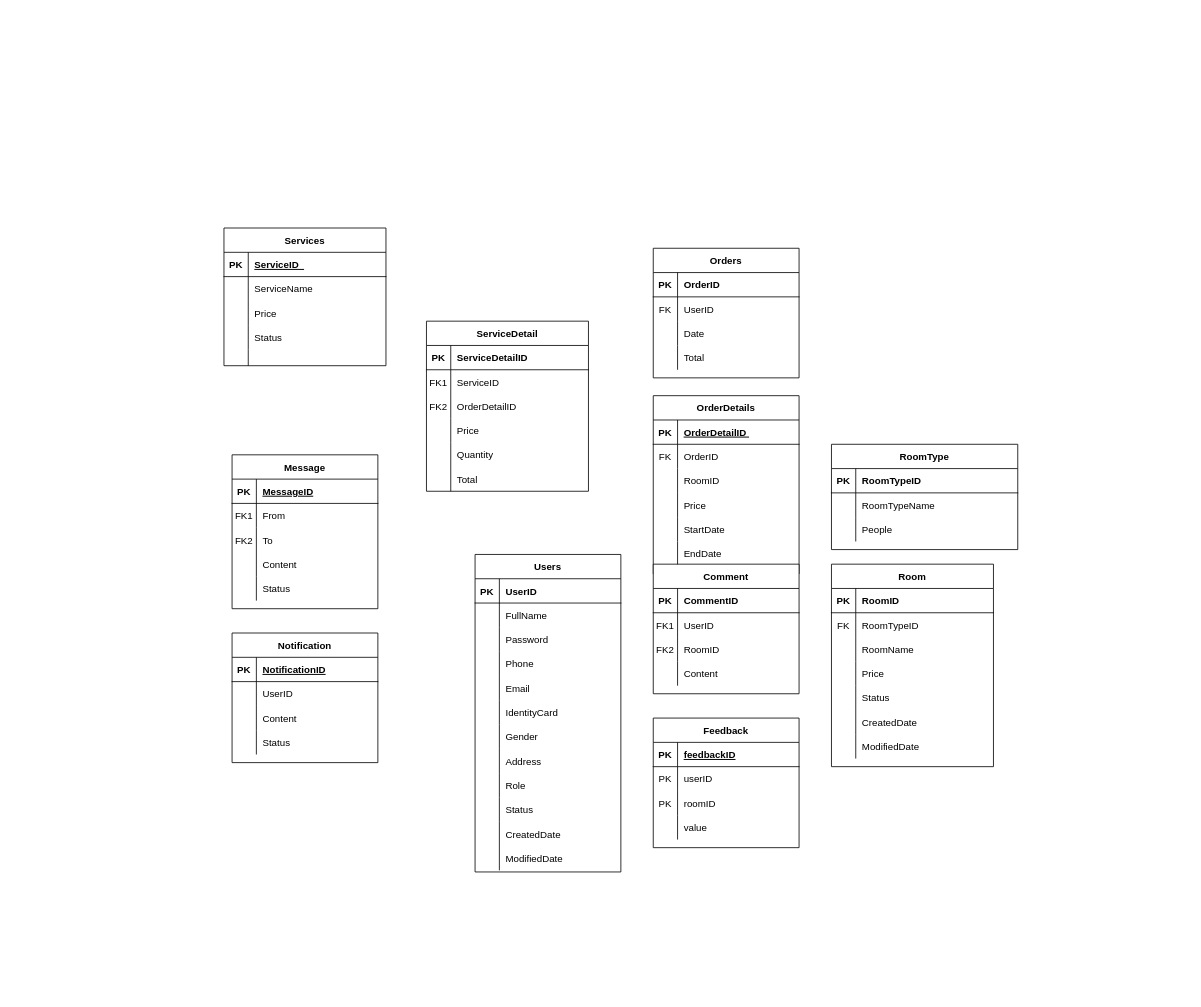
Above: Database/ERD.drawio in passion-Infinity/PRN292_Assignment (draw.io), before the change. Source tidied: cells renumbered, new cells numbered last; positions are measured from the earlier drawing's top-left corner, leaving out a move shared by most shapes. Both pictures are drawn from the tidied source at 81%, with x=0, y=0 at pixel (224, 228).
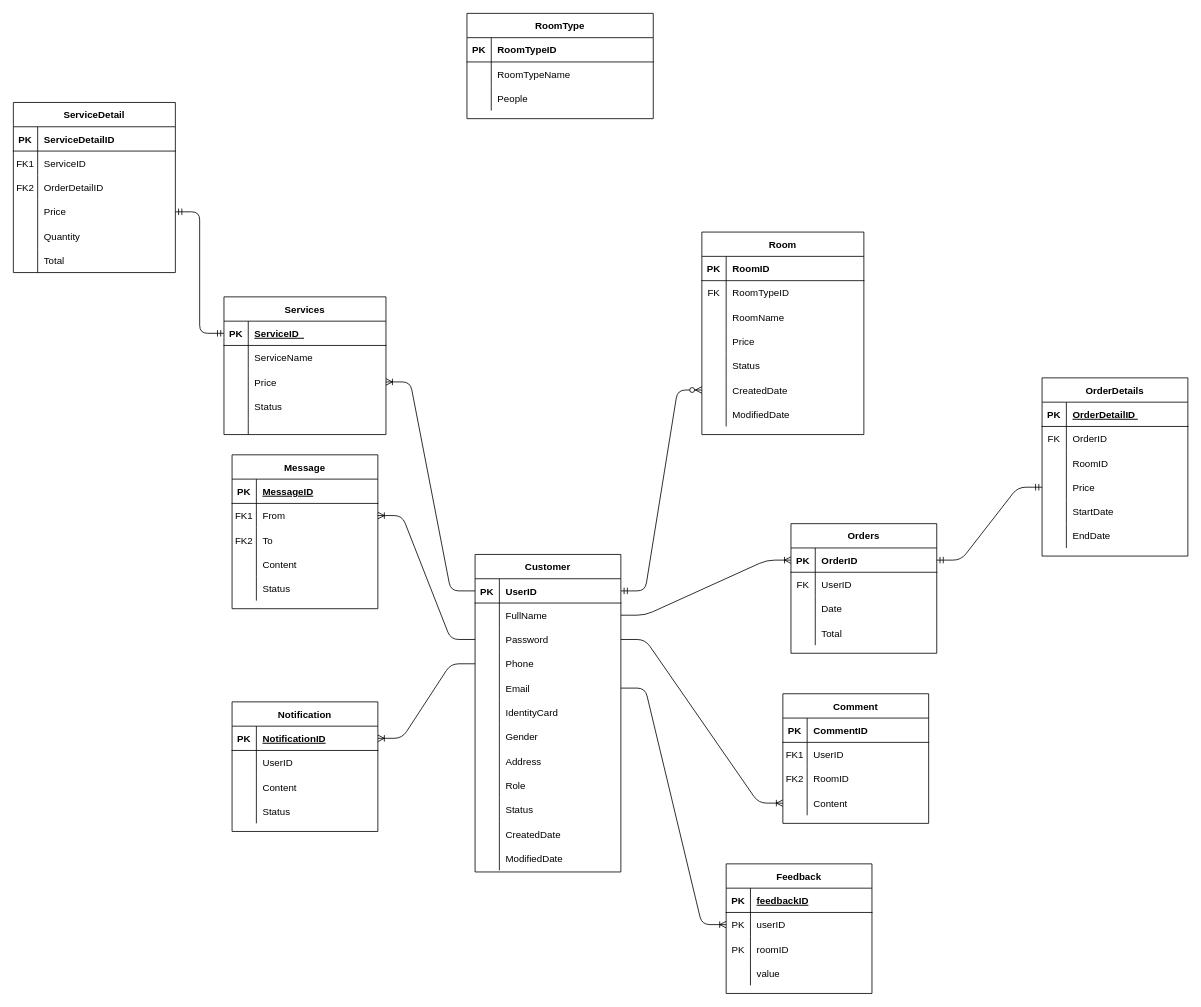
Above is the later version.

The change refers to these unchanged cells:
```xml
<mxCell id="18" style="shape=partialRectangle;fillColor=none;top=0;left=0;bottom=0;right=0;points=[[0,0.5],[1,0.5]];portConstraint=eastwest;" parent="2" vertex="1">
  <mxGeometry y="180" width="200" height="30" as="geometry" />
</mxCell>
<mxCell id="35" style="shape=partialRectangle;fillColor=none;top=0;left=0;bottom=1;right=0;points=[[0,0.5],[1,0.5]];portConstraint=eastwest;" parent="34" vertex="1">
  <mxGeometry y="30" width="180" height="30" as="geometry" />
</mxCell>
<mxCell id="57" style="shape=partialRectangle;fillColor=none;top=0;left=0;bottom=0;right=0;points=[[0,0.5],[1,0.5]];portConstraint=eastwest;" parent="47" vertex="1">
  <mxGeometry y="120" width="180" height="30" as="geometry" />
</mxCell>
<mxCell id="67" style="shape=partialRectangle;fillColor=none;top=0;left=0;bottom=1;right=0;points=[[0,0.5],[1,0.5]];portConstraint=eastwest;" parent="66" vertex="1">
  <mxGeometry y="30" width="180" height="30" as="geometry" />
</mxCell>
<mxCell id="70" style="shape=partialRectangle;fillColor=none;top=0;left=0;bottom=0;right=0;points=[[0,0.5],[1,0.5]];portConstraint=eastwest;" parent="66" vertex="1">
  <mxGeometry y="60" width="180" height="30" as="geometry" />
</mxCell>
<mxCell id="73" style="shape=partialRectangle;fillColor=none;top=0;left=0;bottom=0;right=0;points=[[0,0.5],[1,0.5]];portConstraint=eastwest;" parent="66" vertex="1">
  <mxGeometry y="90" width="180" height="30" as="geometry" />
</mxCell>
<mxCell id="76" style="shape=partialRectangle;fillColor=none;top=0;left=0;bottom=0;right=0;points=[[0,0.5],[1,0.5]];portConstraint=eastwest;" parent="66" vertex="1">
  <mxGeometry y="120" width="180" height="30" as="geometry" />
</mxCell>
<mxCell id="79" style="shape=partialRectangle;fillColor=none;top=0;left=0;bottom=0;right=0;points=[[0,0.5],[1,0.5]];portConstraint=eastwest;" parent="66" vertex="1">
  <mxGeometry y="150" width="180" height="30" as="geometry" />
</mxCell>
<mxCell id="113" style="shape=partialRectangle;fillColor=none;top=0;left=0;bottom=0;right=0;points=[[0,0.5],[1,0.5]];portConstraint=eastwest;" parent="103" vertex="1">
  <mxGeometry y="120" width="180" height="30" as="geometry" />
</mxCell>
<mxCell id="120" style="shape=partialRectangle;fillColor=none;top=0;left=0;bottom=0;right=0;points=[[0,0.5],[1,0.5]];portConstraint=eastwest;" parent="116" vertex="1">
  <mxGeometry y="60" width="180" height="30" as="geometry" />
</mxCell>
<mxCell id="130" style="shape=partialRectangle;fillColor=none;top=0;left=0;bottom=1;right=0;points=[[0,0.5],[1,0.5]];portConstraint=eastwest;" parent="129" vertex="1">
  <mxGeometry y="30" width="180" height="30" as="geometry" />
</mxCell>
<mxCell id="146" style="shape=partialRectangle;fillColor=none;top=0;left=0;bottom=0;right=0;points=[[0,0.5],[1,0.5]];portConstraint=eastwest;" parent="142" vertex="1">
  <mxGeometry y="60" width="180" height="30" as="geometry" />
</mxCell>
<mxCell id="159" style="shape=partialRectangle;fillColor=none;top=0;left=0;bottom=1;right=0;points=[[0,0.5],[1,0.5]];portConstraint=eastwest;" parent="158" vertex="1">
  <mxGeometry y="30" width="200" height="30" as="geometry" />
</mxCell>
<mxCell id="165" style="shape=partialRectangle;fillColor=none;top=0;left=0;bottom=0;right=0;points=[[0,0.5],[1,0.5]];portConstraint=eastwest;" parent="158" vertex="1">
  <mxGeometry y="90" width="200" height="30" as="geometry" />
</mxCell>
<mxCell id="184" style="shape=partialRectangle;fillColor=none;top=0;left=0;bottom=0;right=0;points=[[0,0.5],[1,0.5]];portConstraint=eastwest;" parent="174" vertex="1">
  <mxGeometry y="120" width="200" height="30" as="geometry" />
</mxCell>
```

What changed in the source:
```diff
@@
     <mxCell id="2" value="Room" style="shape=table;startSize=30;childLayout=tableLayout;rowLines=0;fontStyle=1;align=center;" parent="1" vertex="1">
-      <mxGeometry x="750" y="415" width="200" height="250" as="geometry" />
+      <mxGeometry x="590" y="5" width="200" height="250" as="geometry" />
     </mxCell>
@@
     <mxCell id="24" value="RoomType" style="shape=table;startSize=30;childLayout=tableLayout;rowLines=0;fontStyle=1;align=center;" parent="1" vertex="1">
-      <mxGeometry x="750" y="267" width="230" height="130" as="geometry" />
+      <mxGeometry x="300" y="-265" width="230" height="130" as="geometry" />
     </mxCell>
@@
     <mxCell id="34" value="Orders" style="shape=table;startSize=30;childLayout=tableLayout;rowLines=0;fontStyle=1;align=center;" parent="1" vertex="1">
-      <mxGeometry x="530" y="25" width="180" height="160" as="geometry" />
+      <mxGeometry x="700" y="365" width="180" height="160" as="geometry" />
     </mxCell>
@@
     <mxCell id="47" value="OrderDetails" style="shape=table;startSize=30;childLayout=tableLayout;rowLines=0;fontStyle=1;align=center;" parent="1" vertex="1">
-      <mxGeometry x="530" y="207" width="180" height="220" as="geometry" />
+      <mxGeometry x="1010" y="185" width="180" height="220" as="geometry" />
     </mxCell>
@@
-    <mxCell id="66" value="Users" style="shape=table;startSize=30;childLayout=tableLayout;rowLines=0;fontStyle=1;align=center;" parent="1" vertex="1">
+    <mxCell id="66" value="Customer" style="shape=table;startSize=30;childLayout=tableLayout;rowLines=0;fontStyle=1;align=center;" parent="1" vertex="1">
       <mxGeometry x="310" y="403" width="180" height="392" as="geometry" />
     </mxCell>
@@
     <mxCell id="103" value="Comment" style="shape=table;startSize=30;childLayout=tableLayout;rowLines=0;fontStyle=1;align=center;" parent="1" vertex="1">
-      <mxGeometry x="530" y="415" width="180" height="160" as="geometry" />
+      <mxGeometry x="690" y="575" width="180" height="160" as="geometry" />
     </mxCell>
@@
     <mxCell id="116" value="Feedback" style="shape=table;startSize=30;childLayout=tableLayout;rowLines=0;fontStyle=1;align=center;" parent="1" vertex="1">
-      <mxGeometry x="530" y="605" width="180" height="160" as="geometry" />
+      <mxGeometry x="620" y="785" width="180" height="160" as="geometry" />
     </mxCell>
@@
     <mxCell id="129" value="Notification" style="shape=table;startSize=30;childLayout=tableLayout;rowLines=0;fontStyle=1;align=center;" parent="1" vertex="1">
-      <mxGeometry x="10" y="500" width="180" height="160" as="geometry" />
+      <mxGeometry x="10" y="585" width="180" height="160" as="geometry" />
     </mxCell>
@@
     <mxCell id="158" value="Services" style="shape=table;startSize=30;childLayout=tableLayout;rowLines=0;fontStyle=1;align=center;" parent="1" vertex="1">
-      <mxGeometry width="200" height="170" as="geometry" />
+      <mxGeometry y="85" width="200" height="170" as="geometry" />
     </mxCell>
@@
     <mxCell id="174" value="ServiceDetail" style="shape=table;startSize=30;childLayout=tableLayout;rowLines=0;fontStyle=1;align=center;" parent="1" vertex="1">
-      <mxGeometry x="250" y="115" width="200" height="210" as="geometry" />
+      <mxGeometry x="-260" y="-155" width="200" height="210" as="geometry" />
     </mxCell>
@@
+    <mxCell id="193" style="edgeStyle=entityRelationEdgeStyle;fontSize=12;html=1;endArrow=ERoneToMany;exitX=0;exitY=0.5;exitDx=0;exitDy=0;entryX=1;entryY=0.5;entryDx=0;entryDy=0;" parent="1" edge="1" source="73" target="146">
+      <mxGeometry relative="1" as="geometry" />
+    </mxCell>
+    <mxCell id="194" style="edgeStyle=entityRelationEdgeStyle;fontSize=12;html=1;endArrow=ERoneToMany;exitX=0;exitY=0.5;exitDx=0;exitDy=0;entryX=1;entryY=0.5;entryDx=0;entryDy=0;" parent="1" edge="1" source="76" target="130">
+      <mxGeometry relative="1" as="geometry" />
+    </mxCell>
+    <mxCell id="195" style="edgeStyle=entityRelationEdgeStyle;fontSize=12;html=1;endArrow=ERoneToMany;exitX=1;exitY=0.5;exitDx=0;exitDy=0;entryX=0;entryY=0.5;entryDx=0;entryDy=0;" parent="1" edge="1" source="73" target="113">
+      <mxGeometry relative="1" as="geometry" />
+    </mxCell>
+    <mxCell id="196" style="edgeStyle=entityRelationEdgeStyle;fontSize=12;html=1;endArrow=ERoneToMany;exitX=1;exitY=0.5;exitDx=0;exitDy=0;entryX=0;entryY=0.5;entryDx=0;entryDy=0;" parent="1" edge="1" source="79" target="120">
+      <mxGeometry relative="1" as="geometry" />
+    </mxCell>
+    <mxCell id="197" style="edgeStyle=entityRelationEdgeStyle;fontSize=12;html=1;endArrow=ERoneToMany;exitX=0;exitY=0.5;exitDx=0;exitDy=0;entryX=1;entryY=0.5;entryDx=0;entryDy=0;" parent="1" edge="1" source="67" target="165">
+      <mxGeometry relative="1" as="geometry" />
+    </mxCell>
+    <mxCell id="198" style="edgeStyle=entityRelationEdgeStyle;fontSize=12;html=1;endArrow=ERoneToMany;exitX=1;exitY=0.5;exitDx=0;exitDy=0;entryX=0;entryY=0.5;entryDx=0;entryDy=0;" parent="1" edge="1" source="70" target="35">
+      <mxGeometry relative="1" as="geometry" />
+    </mxCell>
+    <mxCell id="199" style="edgeStyle=entityRelationEdgeStyle;fontSize=12;html=1;endArrow=ERmandOne;startArrow=ERmandOne;exitX=1;exitY=0.5;exitDx=0;exitDy=0;entryX=0;entryY=0.5;entryDx=0;entryDy=0;" parent="1" edge="1" source="35" target="57">
+      <mxGeometry relative="1" as="geometry" />
+    </mxCell>
+    <mxCell id="200" style="edgeStyle=entityRelationEdgeStyle;fontSize=12;html=1;endArrow=ERmandOne;startArrow=ERmandOne;exitX=0;exitY=0.5;exitDx=0;exitDy=0;entryX=1;entryY=0.5;entryDx=0;entryDy=0;" parent="1" edge="1" source="159" target="184">
+      <mxGeometry relative="1" as="geometry" />
+    </mxCell>
+    <mxCell id="201" style="edgeStyle=entityRelationEdgeStyle;fontSize=12;html=1;endArrow=ERzeroToMany;startArrow=ERmandOne;exitX=1;exitY=0.5;exitDx=0;exitDy=0;entryX=0;entryY=0.5;entryDx=0;entryDy=0;" parent="1" edge="1" source="67" target="18">
+      <mxGeometry relative="1" as="geometry" />
+    </mxCell>
```
